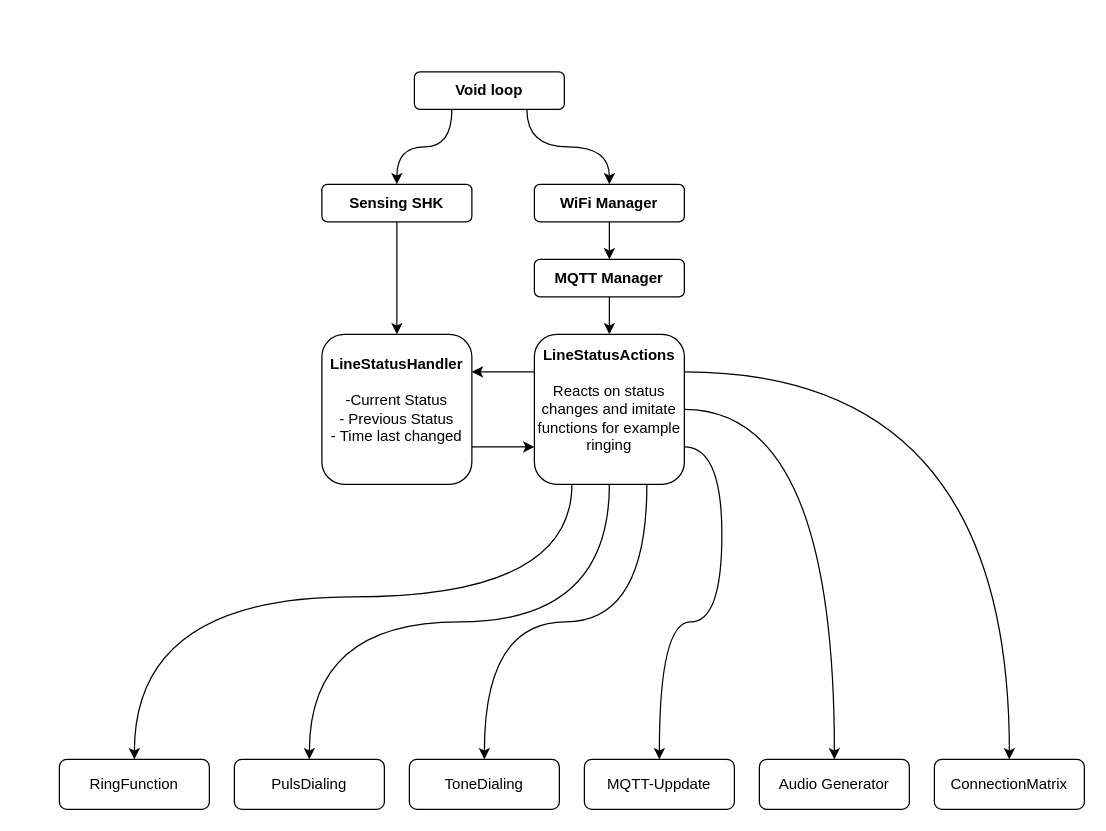
Before: docs/FunctionFlow.drawio in ondfrukt/ProofOfConcept, a draw.io diagram. Source tidied: cells renumbered, new cells numbered last; positions are measured from the earlier drawing's top-left corner, leaving out a move shared by most shapes. Both pictures are drawn from the tidied source at 125%, with x=0, y=0 at pixel (59, 71).
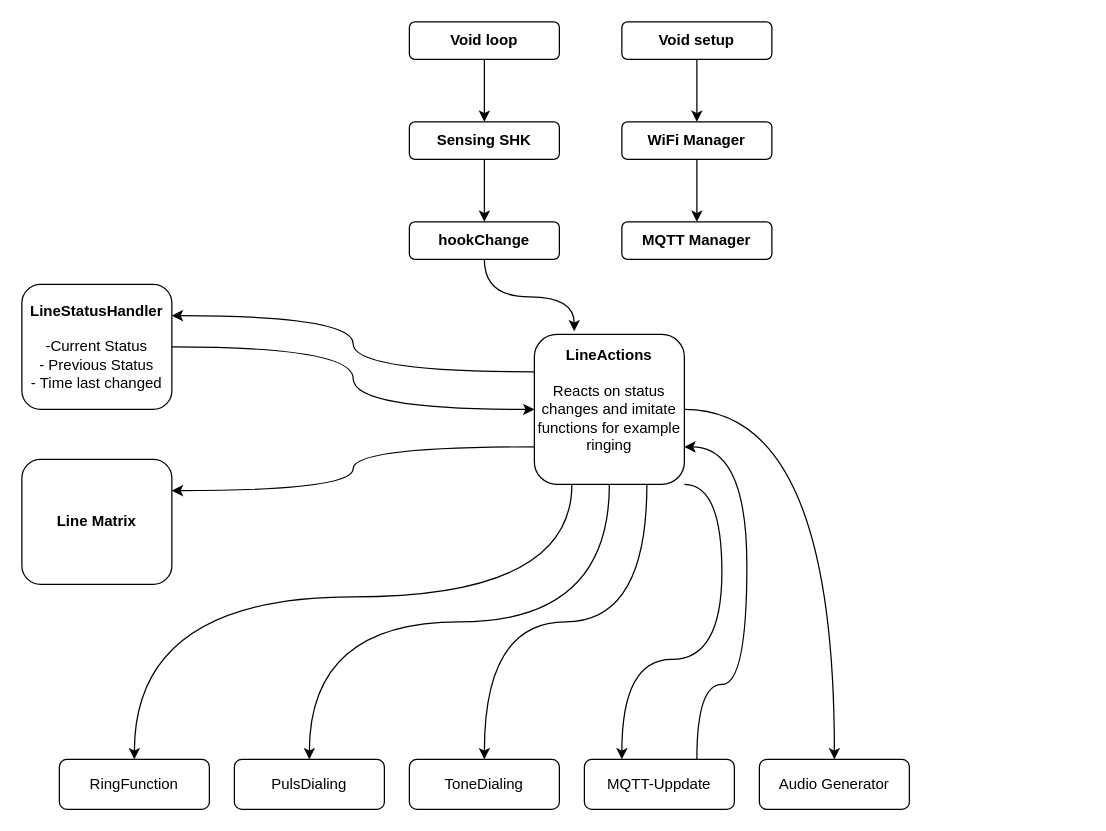
After the change.

Commit message (it also covers changes not shown here):
modified:   docs/FunctionFlow.drawio 	modified:   src/SHKRead.h 	modified:   src/hookChange.h 	renamed:    src/actions.h -> src/lineAction.h 	modified:   src/main.cpp

Unchanged cells that the change refers to:
```xml
<mxCell id="24" value="MQTT-Uppdate" style="rounded=1;whiteSpace=wrap;html=1;" parent="1" vertex="1">
  <mxGeometry x="420" y="550" width="120" height="40" as="geometry" />
</mxCell>
```

Diff of the diagram source:
```diff
@@
-    <mxCell id="2" style="edgeStyle=orthogonalEdgeStyle;rounded=0;jettySize=auto;html=1;exitX=0.25;exitY=1;exitDx=0;exitDy=0;entryX=0.5;entryY=0;entryDx=0;entryDy=0;curved=1;" parent="1" edge="1" source="4" target="10">
+    <mxCell id="2" style="edgeStyle=orthogonalEdgeStyle;rounded=0;jettySize=auto;html=1;exitX=0.5;exitY=1;exitDx=0;exitDy=0;entryX=0.5;entryY=0;entryDx=0;entryDy=0;curved=1;" parent="1" edge="1" source="4" target="10">
       <mxGeometry relative="1" as="geometry" />
     </mxCell>
-    <mxCell id="3" style="edgeStyle=orthogonalEdgeStyle;rounded=0;jettySize=auto;html=1;exitX=0.75;exitY=1;exitDx=0;exitDy=0;entryX=0.5;entryY=0;entryDx=0;entryDy=0;curved=1;" parent="1" edge="1" source="4" target="6">
+    <mxCell id="3" style="edgeStyle=orthogonalEdgeStyle;rounded=0;jettySize=auto;html=1;exitX=0.5;exitY=1;exitDx=0;exitDy=0;entryX=0.5;entryY=0;entryDx=0;entryDy=0;curved=1;" parent="1" edge="1" source="33" target="6">
       <mxGeometry relative="1" as="geometry" />
     </mxCell>
     <mxCell id="4" value="&lt;b&gt;Void loop&lt;/b&gt;" style="rounded=1;whiteSpace=wrap;html=1;" parent="1" vertex="1">
-      <mxGeometry x="284" width="120" height="30" as="geometry" />
+      <mxGeometry x="280" y="-40" width="120" height="30" as="geometry" />
     </mxCell>
-    <mxCell id="5" style="edgeStyle=orthogonalEdgeStyle;rounded=0;jettySize=auto;html=1;exitX=0.5;exitY=1;exitDx=0;exitDy=0;" parent="1" edge="1" source="6" target="8">
+    <mxCell id="5" style="edgeStyle=orthogonalEdgeStyle;rounded=0;jettySize=auto;html=1;exitX=0.5;exitY=1;exitDx=0;exitDy=0;curved=1;" parent="1" edge="1" source="6" target="8">
       <mxGeometry relative="1" as="geometry" />
     </mxCell>
     <mxCell id="6" value="&lt;b&gt;WiFi Manager&lt;/b&gt;" style="rounded=1;whiteSpace=wrap;html=1;" parent="1" vertex="1">
-      <mxGeometry x="380" y="90" width="120" height="30" as="geometry" />
+      <mxGeometry x="450" y="40" width="120" height="30" as="geometry" />
     </mxCell>
-    <mxCell id="7" style="edgeStyle=orthogonalEdgeStyle;rounded=0;jettySize=auto;html=1;exitX=0.5;exitY=1;exitDx=0;exitDy=0;entryX=0.5;entryY=0;entryDx=0;entryDy=0;" parent="1" edge="1" source="8" target="20">
-      <mxGeometry relative="1" as="geometry" />
-    </mxCell>
     <mxCell id="8" value="&lt;b&gt;MQTT Manager&lt;/b&gt;" style="rounded=1;whiteSpace=wrap;html=1;" parent="1" vertex="1">
-      <mxGeometry x="380" y="150" width="120" height="30" as="geometry" />
+      <mxGeometry x="450" y="120" width="120" height="30" as="geometry" />
     </mxCell>
-    <mxCell id="9" style="edgeStyle=orthogonalEdgeStyle;rounded=0;jettySize=auto;html=1;exitX=0.5;exitY=1;exitDx=0;exitDy=0;entryX=0.5;entryY=0;entryDx=0;entryDy=0;" parent="1" edge="1" source="10" target="13">
-      <mxGeometry relative="1" as="geometry" />
-    </mxCell>
+    <mxCell id="27" style="edgeStyle=orthogonalEdgeStyle;curved=1;html=1;exitX=0.5;exitY=1;exitDx=0;exitDy=0;entryX=0.5;entryY=0;entryDx=0;entryDy=0;" parent="1" edge="1" source="10" target="31">
+      <mxGeometry relative="1" as="geometry" />
+    </mxCell>
     <mxCell id="10" value="&lt;b&gt;Sensing SHK&lt;/b&gt;" style="rounded=1;whiteSpace=wrap;html=1;" parent="1" vertex="1">
-      <mxGeometry x="210" y="90" width="120" height="30" as="geometry" />
+      <mxGeometry x="280" y="40" width="120" height="30" as="geometry" />
     </mxCell>
-    <mxCell id="11" style="edgeStyle=orthogonalEdgeStyle;rounded=0;jettySize=auto;html=1;exitX=1;exitY=0.75;exitDx=0;exitDy=0;entryX=0;entryY=0.75;entryDx=0;entryDy=0;" parent="1" edge="1" source="13" target="20">
-      <mxGeometry relative="1" as="geometry" />
+    <mxCell id="11" style="edgeStyle=orthogonalEdgeStyle;rounded=0;jettySize=auto;html=1;exitX=1;exitY=0.5;exitDx=0;exitDy=0;curved=1;" parent="1" edge="1" source="13">
+      <mxGeometry relative="1" as="geometry">
+        <mxPoint x="380" y="270" as="targetPoint" />
+      </mxGeometry>
     </mxCell>
@@
-    <mxCell id="13" value="&lt;b&gt;LineStatusHandler&lt;/b&gt;&lt;div&gt;&lt;br&gt;&lt;/div&gt;&lt;div&gt;-Current Status&lt;/div&gt;&lt;div&gt;- Previous Status&lt;/div&gt;&lt;div&gt;- Time last changed&lt;/div&gt;&lt;div&gt;&lt;br&gt;&lt;/div&gt;" style="rounded=1;whiteSpace=wrap;html=1;" parent="1" vertex="1">
-      <mxGeometry x="210" y="210" width="120" height="120" as="geometry" />
+    <mxCell id="13" value="&lt;b&gt;LineStatusHandler&lt;/b&gt;&lt;div&gt;&lt;br&gt;&lt;/div&gt;&lt;div&gt;-Current Status&lt;/div&gt;&lt;div&gt;- Previous Status&lt;/div&gt;&lt;div&gt;- Time last changed&lt;/div&gt;" style="rounded=1;whiteSpace=wrap;html=1;" parent="1" vertex="1">
+      <mxGeometry x="-30" y="170" width="120" height="100" as="geometry" />
     </mxCell>
-    <mxCell id="14" style="edgeStyle=orthogonalEdgeStyle;rounded=0;jettySize=auto;html=1;exitX=0;exitY=0.25;exitDx=0;exitDy=0;entryX=1;entryY=0.25;entryDx=0;entryDy=0;" parent="1" edge="1" source="20" target="13">
+    <mxCell id="14" style="edgeStyle=orthogonalEdgeStyle;rounded=0;jettySize=auto;html=1;exitX=0;exitY=0.25;exitDx=0;exitDy=0;entryX=1;entryY=0.25;entryDx=0;entryDy=0;curved=1;" parent="1" edge="1" source="20" target="13">
       <mxGeometry relative="1" as="geometry" />
     </mxCell>
@@
-    <mxCell id="17" style="edgeStyle=orthogonalEdgeStyle;curved=1;html=1;exitX=1;exitY=0.75;exitDx=0;exitDy=0;entryX=0.5;entryY=0;entryDx=0;entryDy=0;" parent="1" edge="1" source="20" target="24">
+    <mxCell id="17" style="edgeStyle=orthogonalEdgeStyle;curved=1;html=1;entryX=0.25;entryY=0;entryDx=0;entryDy=0;exitX=1;exitY=1;exitDx=0;exitDy=0;" parent="1" edge="1" source="20" target="24">
       <mxGeometry relative="1" as="geometry">
         <Array as="points">
-          <mxPoint x="530" y="300" />
-          <mxPoint x="530" y="440" />
-          <mxPoint x="480" y="440" />
+          <mxPoint x="530" y="330" />
+          <mxPoint x="530" y="470" />
+          <mxPoint x="450" y="470" />
         </Array>
       </mxGeometry>
     </mxCell>
@@
-    <mxCell id="19" style="edgeStyle=orthogonalEdgeStyle;curved=1;html=1;exitX=1;exitY=0.25;exitDx=0;exitDy=0;" parent="1" edge="1" source="20" target="26">
-      <mxGeometry relative="1" as="geometry" />
-    </mxCell>
+    <mxCell id="28" style="edgeStyle=orthogonalEdgeStyle;curved=1;html=1;exitX=0;exitY=0.75;exitDx=0;exitDy=0;entryX=1;entryY=0.25;entryDx=0;entryDy=0;" parent="1" edge="1" source="20" target="32">
+      <mxGeometry relative="1" as="geometry" />
+    </mxCell>
-    <mxCell id="20" value="&lt;b&gt;LineStatusActions&lt;/b&gt;&lt;div&gt;&lt;br&gt;&lt;/div&gt;&lt;div&gt;Reacts on status changes and imitate functions for example ringing&lt;/div&gt;&lt;div&gt;&lt;br&gt;&lt;/div&gt;" style="rounded=1;whiteSpace=wrap;html=1;" parent="1" vertex="1">
+    <mxCell id="20" value="&lt;b&gt;LineActions&lt;/b&gt;&lt;div&gt;&lt;br&gt;&lt;/div&gt;&lt;div&gt;Reacts on status changes and imitate functions for example ringing&lt;/div&gt;&lt;div&gt;&lt;br&gt;&lt;/div&gt;" style="rounded=1;whiteSpace=wrap;html=1;" parent="1" vertex="1">
       <mxGeometry x="380" y="210" width="120" height="120" as="geometry" />
     </mxCell>
@@
+    <mxCell id="29" style="edgeStyle=orthogonalEdgeStyle;curved=1;html=1;exitX=0.75;exitY=0;exitDx=0;exitDy=0;entryX=1;entryY=0.75;entryDx=0;entryDy=0;" parent="1" edge="1" source="24" target="20">
+      <mxGeometry relative="1" as="geometry">
+        <Array as="points">
+          <mxPoint x="510" y="490" />
+          <mxPoint x="550" y="490" />
+          <mxPoint x="550" y="300" />
+        </Array>
+      </mxGeometry>
+    </mxCell>
@@
-    <mxCell id="26" value="ConnectionMatrix" style="rounded=1;whiteSpace=wrap;html=1;" parent="1" vertex="1">
-      <mxGeometry x="700" y="550" width="120" height="40" as="geometry" />
-    </mxCell>
+    <mxCell id="30" style="edgeStyle=orthogonalEdgeStyle;html=1;exitX=0.5;exitY=1;exitDx=0;exitDy=0;entryX=0.266;entryY=-0.02;entryDx=0;entryDy=0;entryPerimeter=0;curved=1;" parent="1" edge="1" source="31" target="20">
+      <mxGeometry relative="1" as="geometry">
+        <Array as="points">
+          <mxPoint x="340" y="180" />
+          <mxPoint x="412" y="180" />
+        </Array>
+      </mxGeometry>
+    </mxCell>
+    <mxCell id="31" value="&lt;b&gt;hookChange&lt;/b&gt;" style="rounded=1;whiteSpace=wrap;html=1;" parent="1" vertex="1">
+      <mxGeometry x="280" y="120" width="120" height="30" as="geometry" />
+    </mxCell>
+    <mxCell id="32" value="&lt;b&gt;Line Matrix&lt;/b&gt;" style="rounded=1;whiteSpace=wrap;html=1;" parent="1" vertex="1">
+      <mxGeometry x="-30" y="310" width="120" height="100" as="geometry" />
+    </mxCell>
+    <mxCell id="33" value="&lt;b&gt;Void setup&lt;/b&gt;" style="rounded=1;whiteSpace=wrap;html=1;" parent="1" vertex="1">
+      <mxGeometry x="450" y="-40" width="120" height="30" as="geometry" />
+    </mxCell>
```
